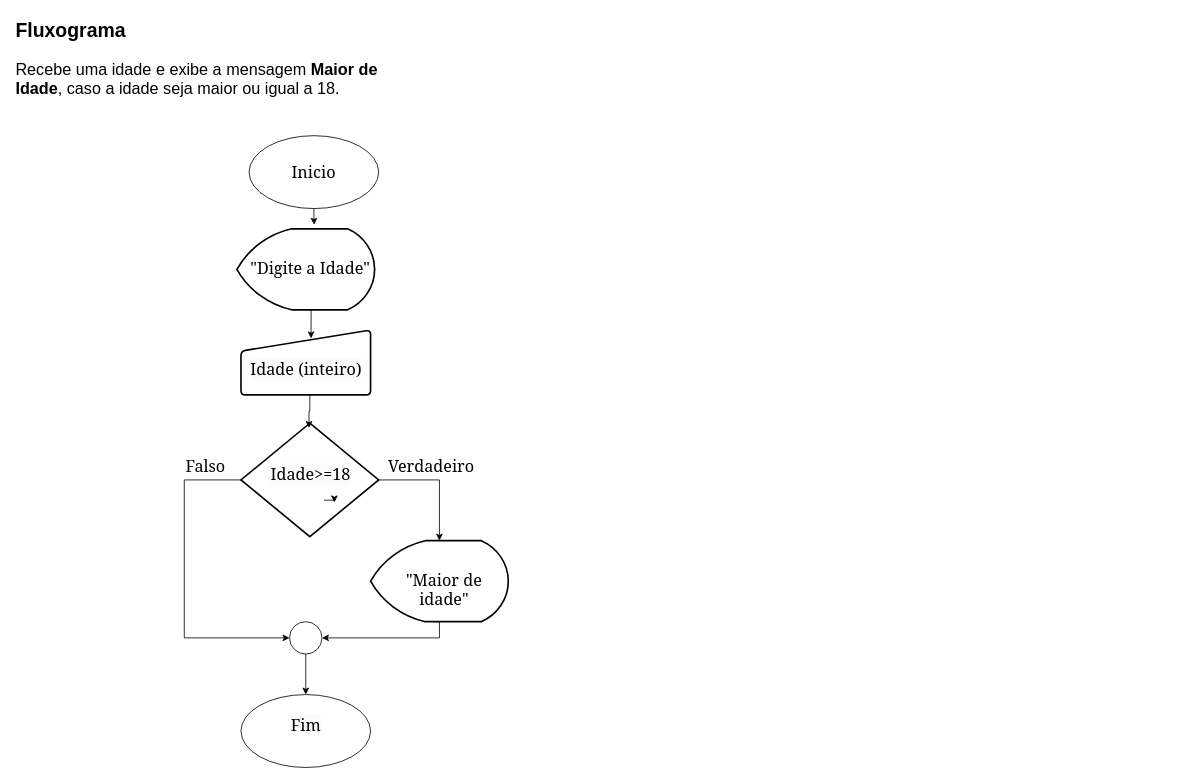
Earlier version of the draw.io diagram maiorOUigual.drawio (Buanasaur/Fluxogramas_FaculAtividades). Source tidied: cells renumbered, new cells numbered last; positions are measured from the earlier drawing's top-left corner, leaving out a move shared by most shapes. Both pictures are drawn from the tidied source at 81%, with x=0, y=0 at pixel (14, 14).
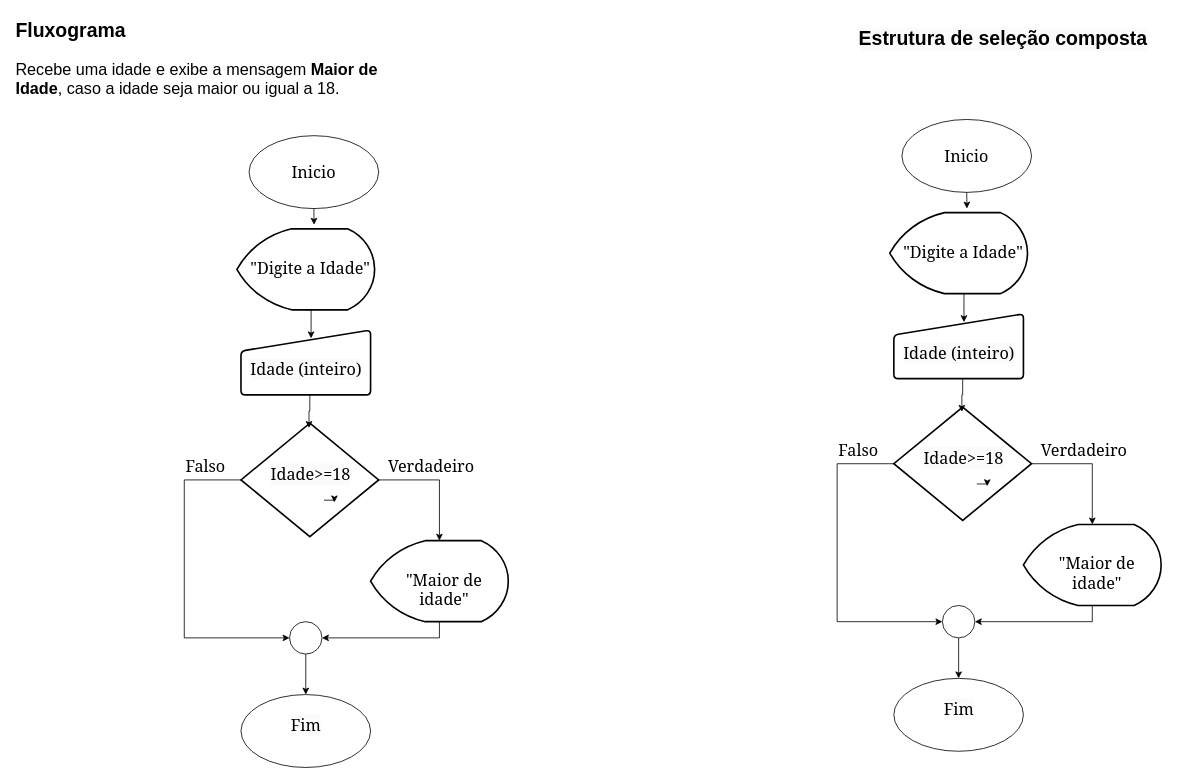
Above is the later version.

Change to the diagram source:
```diff
@@
+    <mxCell id="25" value="&lt;span style=&quot;font-family: Georgia; font-size: 20px;&quot;&gt;Inicio&lt;/span&gt;" style="ellipse;whiteSpace=wrap;html=1;" parent="1" vertex="1">
+      <mxGeometry x="1096" y="130" width="160" height="90" as="geometry" />
+    </mxCell>
+    <mxCell id="26" style="ellipse;whiteSpace=wrap;html=1;" parent="1" vertex="1">
+      <mxGeometry x="1086" y="820" width="160" height="90" as="geometry" />
+    </mxCell>
+    <mxCell id="27" value="&lt;span style=&quot;color: rgb(0, 0, 0); font-family: Georgia; font-size: 20px; font-style: normal; font-variant-ligatures: normal; font-variant-caps: normal; font-weight: 400; letter-spacing: normal; orphans: 2; text-align: center; text-indent: 0px; text-transform: none; widows: 2; word-spacing: 0px; -webkit-text-stroke-width: 0px; white-space: normal; background-color: rgb(251, 251, 251); text-decoration-thickness: initial; text-decoration-style: initial; text-decoration-color: initial; display: inline !important; float: none;&quot;&gt;Fim&lt;/span&gt;&lt;div&gt;&lt;span style=&quot;color: rgb(0, 0, 0); font-family: Georgia; font-size: 20px; font-style: normal; font-variant-ligatures: normal; font-variant-caps: normal; font-weight: 400; letter-spacing: normal; orphans: 2; text-align: center; text-indent: 0px; text-transform: none; widows: 2; word-spacing: 0px; -webkit-text-stroke-width: 0px; white-space: normal; background-color: rgb(251, 251, 251); text-decoration-thickness: initial; text-decoration-style: initial; text-decoration-color: initial; display: inline !important; float: none;&quot;&gt;&lt;br&gt;&lt;/span&gt;&lt;/div&gt;" style="text;whiteSpace=wrap;html=1;" parent="1" vertex="1">
+      <mxGeometry x="1146" y="840" width="80" height="50" as="geometry" />
+    </mxCell>
+    <mxCell id="28" style="strokeWidth=2;html=1;shape=mxgraph.flowchart.display;whiteSpace=wrap;" parent="1" vertex="1">
+      <mxGeometry x="1081" y="245" width="170" height="100" as="geometry" />
+    </mxCell>
+    <mxCell id="29" value="&lt;div style=&quot;text-align: center;&quot;&gt;&lt;span style=&quot;background-color: initial; font-size: 20px;&quot;&gt;&lt;font face=&quot;Georgia&quot;&gt;&quot;Digite a&lt;/font&gt;&lt;/span&gt;&lt;span style=&quot;font-family: Georgia; background-color: initial; font-size: 20px;&quot;&gt;&amp;nbsp;Idade&quot;&lt;/span&gt;&lt;/div&gt;" style="text;whiteSpace=wrap;html=1;" parent="1" vertex="1">
+      <mxGeometry x="1096" y="275" width="160" height="40" as="geometry" />
+    </mxCell>
+    <mxCell id="30" style="html=1;strokeWidth=2;shape=manualInput;whiteSpace=wrap;rounded=1;size=26;arcSize=11;" parent="1" vertex="1">
+      <mxGeometry x="1086" y="370" width="160" height="80" as="geometry" />
+    </mxCell>
+    <mxCell id="31" value="&lt;span style=&quot;color: rgb(0, 0, 0); font-family: Georgia; font-size: 20px; font-style: normal; font-variant-ligatures: normal; font-variant-caps: normal; font-weight: 400; letter-spacing: normal; orphans: 2; text-align: center; text-indent: 0px; text-transform: none; widows: 2; word-spacing: 0px; -webkit-text-stroke-width: 0px; white-space: normal; background-color: rgb(251, 251, 251); text-decoration-thickness: initial; text-decoration-style: initial; text-decoration-color: initial; display: inline !important; float: none;&quot;&gt;Idade (inteiro)&lt;/span&gt;" style="text;whiteSpace=wrap;html=1;" parent="1" vertex="1">
+      <mxGeometry x="1096" y="400" width="150" height="50" as="geometry" />
+    </mxCell>
+    <mxCell id="32" style="edgeStyle=orthogonalEdgeStyle;rounded=0;jettySize=auto;html=1;exitX=1;exitY=0.5;exitDx=0;exitDy=0;exitPerimeter=0;" parent="1" edge="1" source="33" target="38">
+      <mxGeometry relative="1" as="geometry" />
+    </mxCell>
+    <mxCell id="33" style="strokeWidth=2;html=1;shape=mxgraph.flowchart.decision;whiteSpace=wrap;" parent="1" vertex="1">
+      <mxGeometry x="1086" y="485" width="170" height="140" as="geometry" />
+    </mxCell>
+    <mxCell id="34" value="&lt;span style=&quot;color: rgb(0, 0, 0); font-family: Georgia; font-size: 20px; font-style: normal; font-variant-ligatures: normal; font-variant-caps: normal; font-weight: 400; letter-spacing: normal; orphans: 2; text-align: center; text-indent: 0px; text-transform: none; widows: 2; word-spacing: 0px; -webkit-text-stroke-width: 0px; white-space: normal; background-color: rgb(251, 251, 251); text-decoration-thickness: initial; text-decoration-style: initial; text-decoration-color: initial; display: inline !important; float: none;&quot;&gt;Idade&amp;gt;=18&lt;/span&gt;" style="text;whiteSpace=wrap;html=1;" parent="1" vertex="1">
+      <mxGeometry x="1121" y="530" width="90" height="50" as="geometry" />
+    </mxCell>
+    <mxCell id="35" style="edgeStyle=orthogonalEdgeStyle;rounded=0;jettySize=auto;html=1;exitX=0.5;exitY=1;exitDx=0;exitDy=0;exitPerimeter=0;entryX=0.5;entryY=0;entryDx=0;entryDy=0;" parent="1" edge="1" source="36" target="26">
+      <mxGeometry relative="1" as="geometry" />
+    </mxCell>
+    <mxCell id="36" style="verticalLabelPosition=bottom;verticalAlign=top;html=1;shape=mxgraph.flowchart.on-page_reference;" parent="1" vertex="1">
+      <mxGeometry x="1146" y="730" width="40" height="40" as="geometry" />
+    </mxCell>
+    <mxCell id="37" style="edgeStyle=orthogonalEdgeStyle;rounded=0;orthogonalLoop=1;jettySize=auto;html=1;exitX=0.75;exitY=1;exitDx=0;exitDy=0;entryX=0.892;entryY=1.055;entryDx=0;entryDy=0;entryPerimeter=0;" parent="1" edge="1" source="34" target="34">
+      <mxGeometry relative="1" as="geometry" />
+    </mxCell>
+    <mxCell id="38" style="strokeWidth=2;html=1;shape=mxgraph.flowchart.display;whiteSpace=wrap;" parent="1" vertex="1">
+      <mxGeometry x="1246" y="630" width="170" height="100" as="geometry" />
+    </mxCell>
+    <mxCell id="39" value="&lt;div style=&quot;text-align: center;&quot;&gt;&lt;span style=&quot;background-color: initial; font-size: 20px;&quot;&gt;&lt;font face=&quot;Georgia&quot;&gt;&quot;Maior de idade&lt;/font&gt;&lt;/span&gt;&lt;span style=&quot;font-family: Georgia; background-color: initial; font-size: 20px;&quot;&gt;&quot;&lt;/span&gt;&lt;/div&gt;" style="text;whiteSpace=wrap;html=1;" parent="1" vertex="1">
+      <mxGeometry x="1256" y="660" width="160" height="40" as="geometry" />
+    </mxCell>
+    <mxCell id="40" style="edgeStyle=orthogonalEdgeStyle;rounded=0;jettySize=auto;html=1;exitX=0.5;exitY=1;exitDx=0;exitDy=0;entryX=0.56;entryY=-0.05;entryDx=0;entryDy=0;entryPerimeter=0;" parent="1" edge="1" source="25" target="28">
+      <mxGeometry relative="1" as="geometry" />
+    </mxCell>
+    <mxCell id="41" style="edgeStyle=orthogonalEdgeStyle;rounded=0;jettySize=auto;html=1;exitX=0.5;exitY=1;exitDx=0;exitDy=0;exitPerimeter=0;entryX=0.541;entryY=0.128;entryDx=0;entryDy=0;entryPerimeter=0;" parent="1" edge="1" source="28" target="30">
+      <mxGeometry relative="1" as="geometry" />
+    </mxCell>
+    <mxCell id="42" style="edgeStyle=orthogonalEdgeStyle;rounded=0;jettySize=auto;html=1;exitX=0.5;exitY=1;exitDx=0;exitDy=0;entryX=0.494;entryY=0.042;entryDx=0;entryDy=0;entryPerimeter=0;" parent="1" edge="1" source="31" target="33">
+      <mxGeometry relative="1" as="geometry" />
+    </mxCell>
+    <mxCell id="43" style="edgeStyle=orthogonalEdgeStyle;rounded=0;jettySize=auto;html=1;exitX=0.5;exitY=1;exitDx=0;exitDy=0;exitPerimeter=0;entryX=1;entryY=0.5;entryDx=0;entryDy=0;entryPerimeter=0;" parent="1" edge="1" source="38" target="36">
+      <mxGeometry relative="1" as="geometry" />
+    </mxCell>
+    <mxCell id="44" style="edgeStyle=orthogonalEdgeStyle;rounded=0;jettySize=auto;html=1;exitX=0;exitY=0.5;exitDx=0;exitDy=0;exitPerimeter=0;entryX=0;entryY=0.5;entryDx=0;entryDy=0;entryPerimeter=0;" parent="1" edge="1" source="33" target="36">
+      <mxGeometry relative="1" as="geometry">
+        <Array as="points">
+          <mxPoint x="1016" y="555" />
+          <mxPoint x="1016" y="750" />
+        </Array>
+      </mxGeometry>
+    </mxCell>
+    <mxCell id="45" value="&lt;div style=&quot;text-align: center;&quot;&gt;&lt;font face=&quot;Georgia&quot;&gt;&lt;span style=&quot;font-size: 20px;&quot;&gt;Verdadeiro&lt;/span&gt;&lt;/font&gt;&lt;/div&gt;" style="text;whiteSpace=wrap;html=1;" parent="1" vertex="1">
+      <mxGeometry x="1266" y="520" width="160" height="40" as="geometry" />
+    </mxCell>
+    <mxCell id="46" value="&lt;div style=&quot;text-align: center;&quot;&gt;&lt;font face=&quot;Georgia&quot;&gt;&lt;span style=&quot;font-size: 20px;&quot;&gt;Falso&lt;/span&gt;&lt;/font&gt;&lt;/div&gt;" style="text;whiteSpace=wrap;html=1;" parent="1" vertex="1">
+      <mxGeometry x="1016" y="520" width="160" height="40" as="geometry" />
+    </mxCell>
+    <mxCell id="47" value="&lt;h1 style=&quot;forced-color-adjust: none; color: rgb(0, 0, 0); font-family: Helvetica; font-style: normal; font-variant-ligatures: normal; font-variant-caps: normal; letter-spacing: normal; orphans: 2; text-align: left; text-indent: 0px; text-transform: none; widows: 2; word-spacing: 0px; -webkit-text-stroke-width: 0px; white-space: normal; background-color: rgb(251, 251, 251); text-decoration-thickness: initial; text-decoration-style: initial; text-decoration-color: initial; margin-top: 0px;&quot;&gt;Estrutura de seleção composta&lt;/h1&gt;" style="text;whiteSpace=wrap;html=1;" parent="1" vertex="1">
+      <mxGeometry x="1041" y="10" width="360" height="70" as="geometry" />
+    </mxCell>
```
